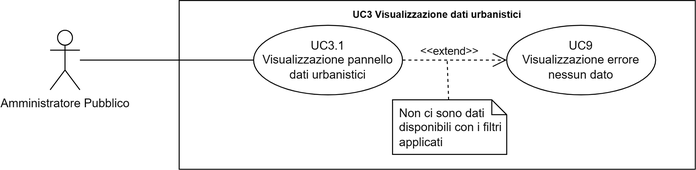
The draw.io diagram src/3_PB/AnalisiDeiRequisiti/assets/UML/UC3.1_Visualizzazione-pannello-dati-urbanistici.png in SWATEngineering/Docs, before a commit. Source tidied: cells renumbered, new cells last; positions are measured from the earlier drawing's top-left corner, leaving out a move shared by most shapes.
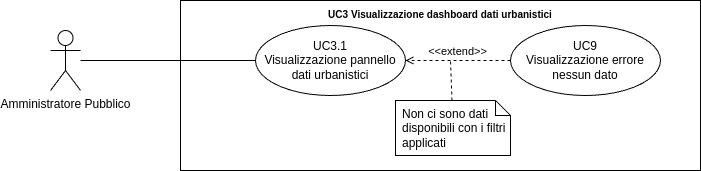
After the change.

The edit, as a diff of the source:
```diff
@@ -5,7 +5,7 @@
     <mxCell id="2" value="Amministratore Pubblico" style="shape=umlActor;verticalLabelPosition=bottom;verticalAlign=top;html=1;outlineConnect=0;" parent="1" vertex="1">
       <mxGeometry y="30" width="30" height="60" as="geometry" />
     </mxCell>
-    <mxCell id="3" value="&lt;b style=&quot;border-color: var(--border-color); font-size: 10px;&quot;&gt;UC3 Visualizzazione dati urbanistici&lt;/b&gt;" style="shape=rect;html=1;verticalAlign=top;fontStyle=1;whiteSpace=wrap;align=center;" parent="1" vertex="1">
+    <mxCell id="3" value="&lt;b style=&quot;border-color: var(--border-color); font-size: 10px;&quot;&gt;UC3 Visualizzazione dashboard dati urbanistici&lt;/b&gt;" style="shape=rect;html=1;verticalAlign=top;fontStyle=1;whiteSpace=wrap;align=center;" parent="1" vertex="1">
       <mxGeometry x="130" width="520" height="170" as="geometry" />
     </mxCell>
     <mxCell id="4" value="UC3.1&lt;br&gt;Visualizzazione pannello dati urbanistici" style="ellipse;whiteSpace=wrap;html=1;" parent="1" vertex="1">
@@ -20,13 +20,13 @@
     <mxCell id="7" value="Non ci sono dati disponibili con i filtri applicati" style="shape=note;size=15;spacingLeft=5;align=left;whiteSpace=wrap;" parent="1" vertex="1">
       <mxGeometry x="345" y="100" width="115" height="55" as="geometry" />
     </mxCell>
-    <mxCell id="8" value="&amp;lt;&amp;lt;extend&amp;gt;&amp;gt;" style="align=right;html=1;verticalAlign=bottom;rounded=0;labelBackgroundColor=none;endArrow=open;endSize=12;dashed=1;" parent="1" edge="1" source="4" target="6">
-      <mxGeometry x="0.48" relative="1" as="geometry" />
+    <mxCell id="8" style="edgeStyle=none;html=1;endArrow=none;rounded=0;labelBackgroundColor=none;dashed=1;" parent="1" edge="1" source="7">
+      <mxGeometry relative="1" as="geometry">
+        <mxPoint x="400" y="60" as="targetPoint" />
+      </mxGeometry>
     </mxCell>
-    <mxCell id="9" style="edgeStyle=none;html=1;endArrow=none;rounded=0;labelBackgroundColor=none;dashed=1;" parent="1" edge="1" source="7">
-      <mxGeometry relative="1" as="geometry">
-        <mxPoint x="400" y="60" as="targetPoint" />
-      </mxGeometry>
+    <mxCell id="9" value="&amp;lt;&amp;lt;extend&amp;gt;&amp;gt;" style="html=1;verticalAlign=bottom;labelBackgroundColor=none;endArrow=open;endFill=0;dashed=1;rounded=0;exitX=0;exitY=0.5;exitDx=0;exitDy=0;entryX=1;entryY=0.5;entryDx=0;entryDy=0;" parent="1" edge="1" source="6" target="4">
+      <mxGeometry relative="1" as="geometry" />
     </mxCell>
   </root>
 </mxGraphModel>
```
